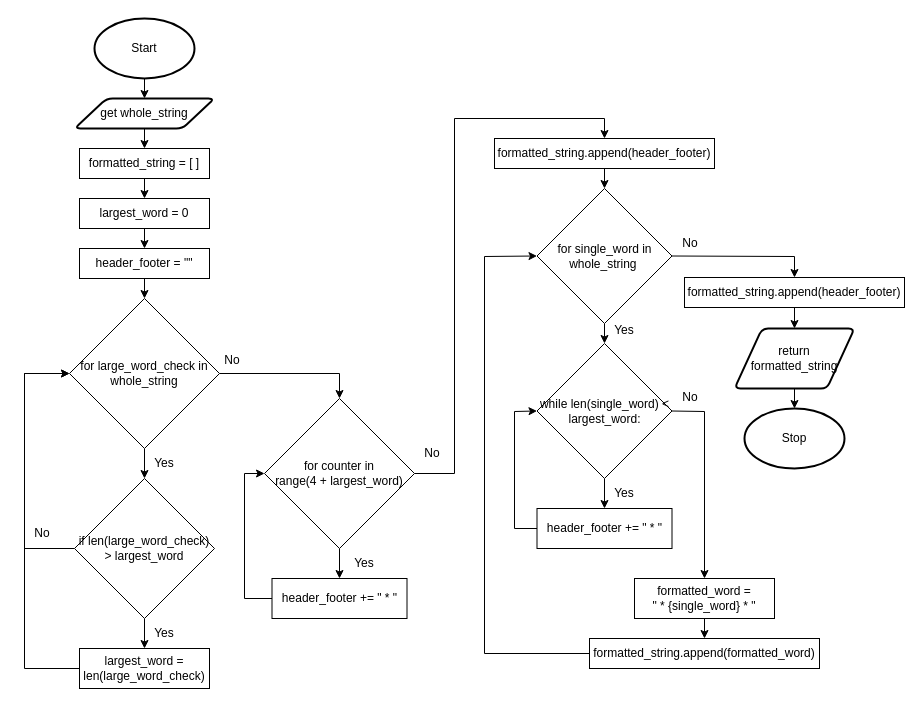
Aidan-Lalonde-Novales/ICS3U-Assignment7-Python keeps this draw.io diagram as drawio/flowchart/flowchart.drawio. Above is the earlier version. Source tidied: cells renumbered, new cells numbered last; positions are measured from the earlier drawing's top-left corner, leaving out a move shared by most shapes. Both pictures are drawn from the tidied source at 100%, with x=0, y=0 at pixel (24, 18).
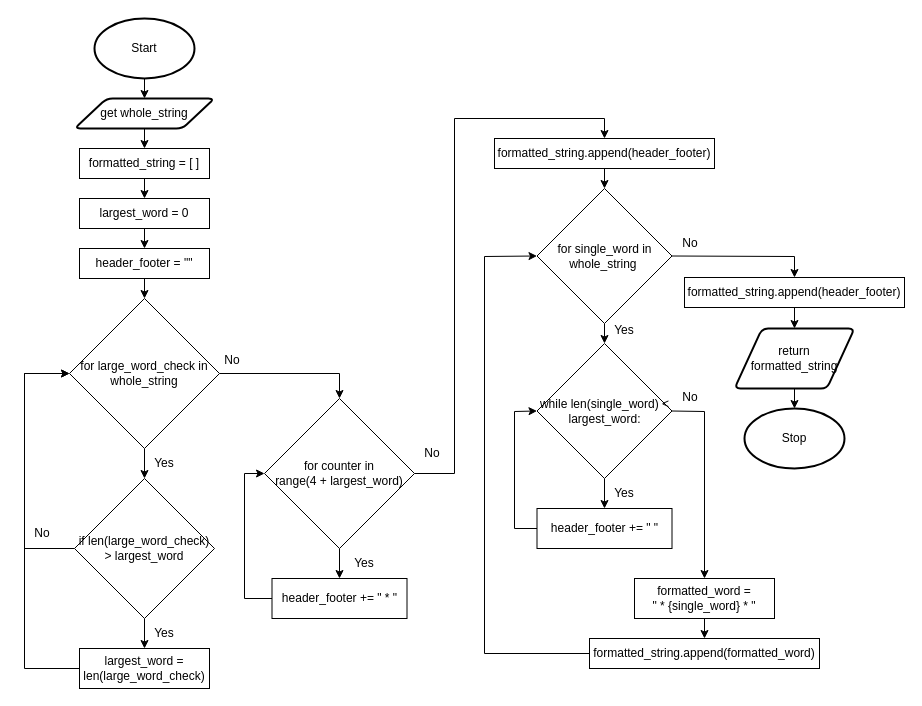
After the change.

What changed in the source:
```diff
@@
-    <mxCell id="45" value="header_footer += &quot; * &quot;" style="rounded=0;whiteSpace=wrap;html=1;" parent="1" vertex="1">
+    <mxCell id="45" value="header_footer += &quot; &quot;" style="rounded=0;whiteSpace=wrap;html=1;" parent="1" vertex="1">
       <mxGeometry x="512.5" y="490" width="135" height="40" as="geometry" />
     </mxCell>
```
